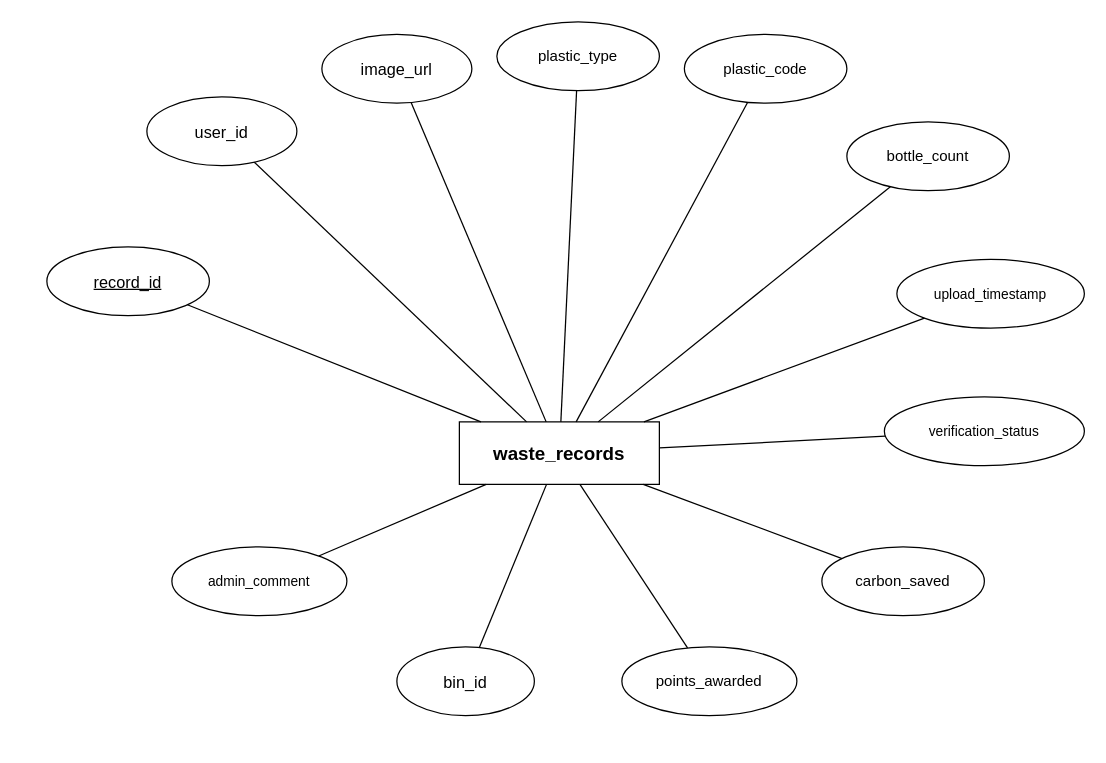
Earlier version of the draw.io diagram page "2. waste_records" (2 of 8) of docs/diagrams/er/ecobin-er-entities-bw.drawio (jirakit661102057104-cloud/ecobin-connect). Source tidied: cells renumbered, new cells numbered last; positions are measured from the earlier drawing's top-left corner, leaving out a move shared by most shapes. Both pictures are drawn from the tidied source at 125%, with x=0, y=0 at pixel (46, 21).
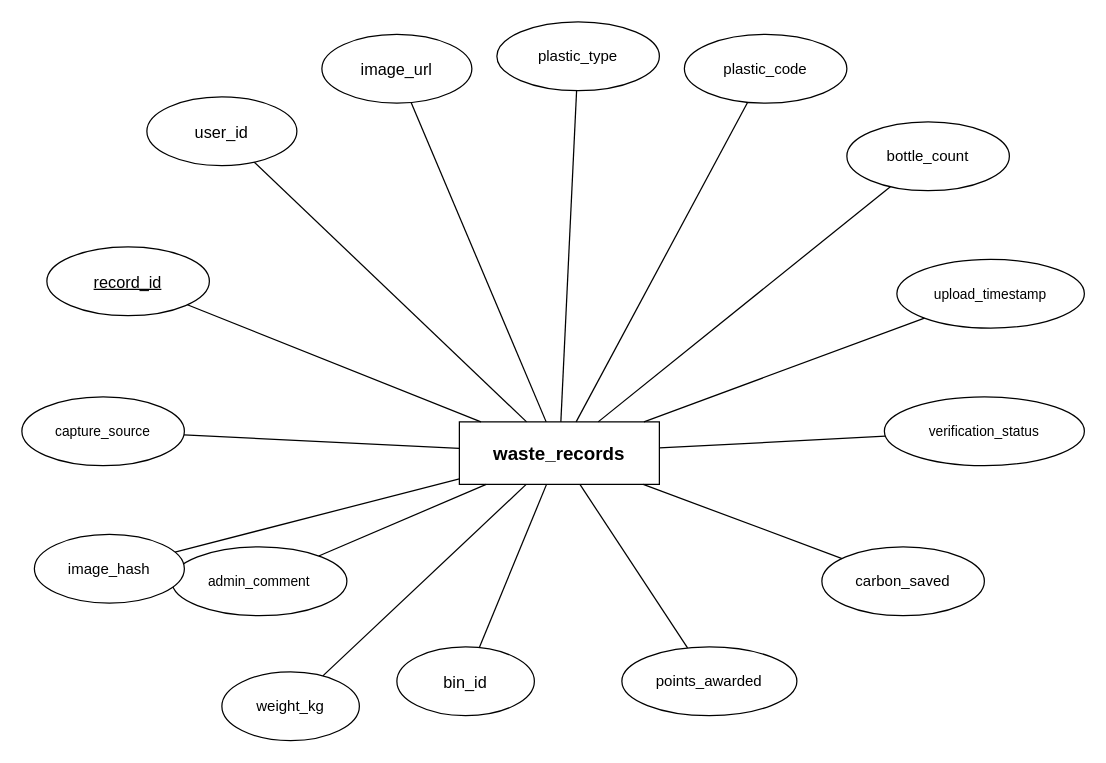
The same diagram, later.

Unchanged cells that the change refers to:
```xml
<mxCell id="2" value="waste_records" style="rounded=0;whiteSpace=wrap;html=1;fillColor=#ffffff;strokeColor=#000000;fontColor=#000000;fontStyle=1;fontSize=15;align=center;" parent="1" vertex="1">
  <mxGeometry x="330" y="320" width="160" height="50" as="geometry" />
</mxCell>
```

The edit, as a diff of the source:
```diff
@@
+    <mxCell id="27" value="capture_source" style="ellipse;whiteSpace=wrap;html=1;fillColor=#ffffff;strokeColor=#000000;fontColor=#000000;fontSize=11;align=center;" parent="1" vertex="1">
+      <mxGeometry x="-20" y="300" width="130" height="55" as="geometry" />
+    </mxCell>
+    <mxCell id="28" value="image_hash" style="ellipse;whiteSpace=wrap;html=1;fillColor=#ffffff;strokeColor=#000000;fontColor=#000000;fontSize=12;align=center;" parent="1" vertex="1">
+      <mxGeometry x="-10" y="410" width="120" height="55" as="geometry" />
+    </mxCell>
+    <mxCell id="29" value="weight_kg" style="ellipse;whiteSpace=wrap;html=1;fillColor=#ffffff;strokeColor=#000000;fontColor=#000000;fontSize=12;align=center;" parent="1" vertex="1">
+      <mxGeometry x="140" y="520" width="110" height="55" as="geometry" />
+    </mxCell>
@@
+    <mxCell id="30" style="endArrow=none;html=1;strokeColor=#000000;" parent="1" edge="1" source="27" target="2">
+      <mxGeometry relative="1" as="geometry" />
+    </mxCell>
+    <mxCell id="31" style="endArrow=none;html=1;strokeColor=#000000;" parent="1" edge="1" source="28" target="2">
+      <mxGeometry relative="1" as="geometry" />
+    </mxCell>
+    <mxCell id="32" style="endArrow=none;html=1;strokeColor=#000000;" parent="1" edge="1" source="29" target="2">
+      <mxGeometry relative="1" as="geometry" />
+    </mxCell>
```
